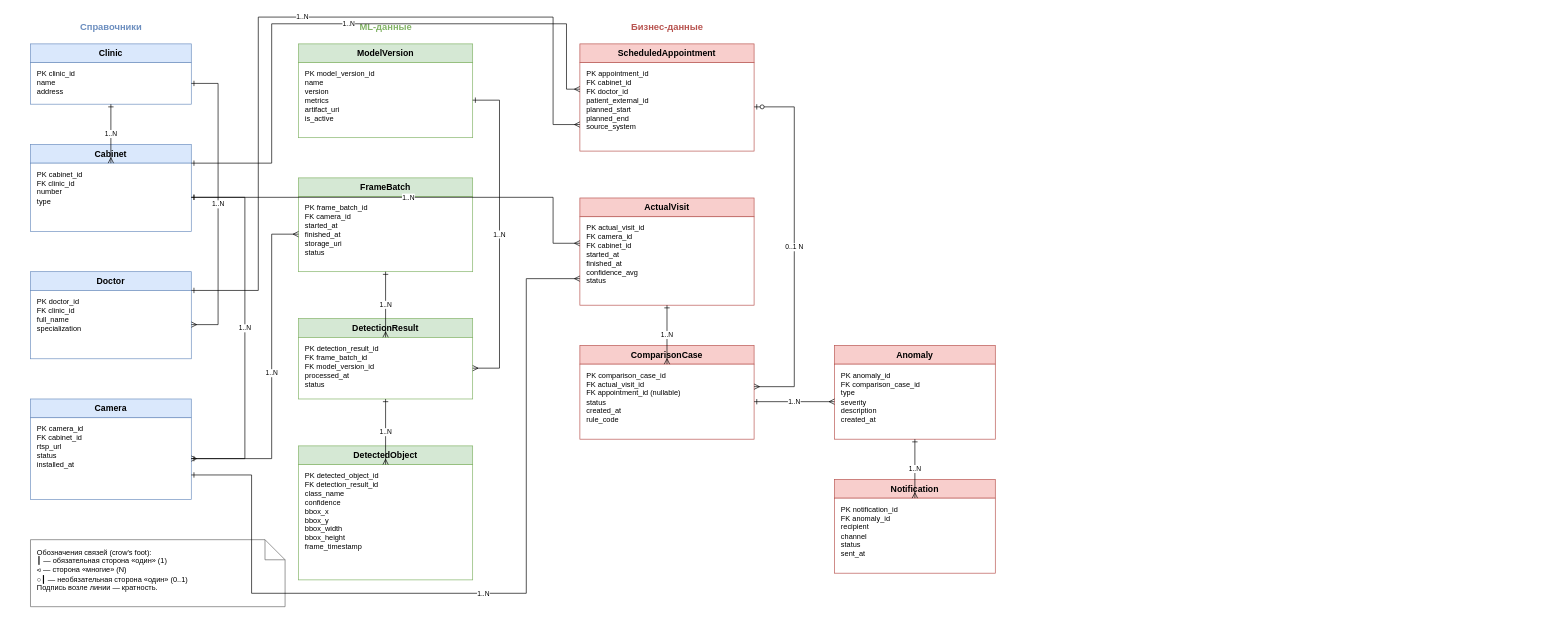
Above: diagrams/source/er-model.drawio in AnastasyaDedkova/project-ml-video-analytics (draw.io), before the change. Source tidied: cells renumbered, new cells numbered last; positions are measured from the earlier drawing's top-left corner, leaving out a move shared by most shapes. Both pictures are drawn from the tidied source at 67%, with x=0, y=0 at pixel (30, 17).
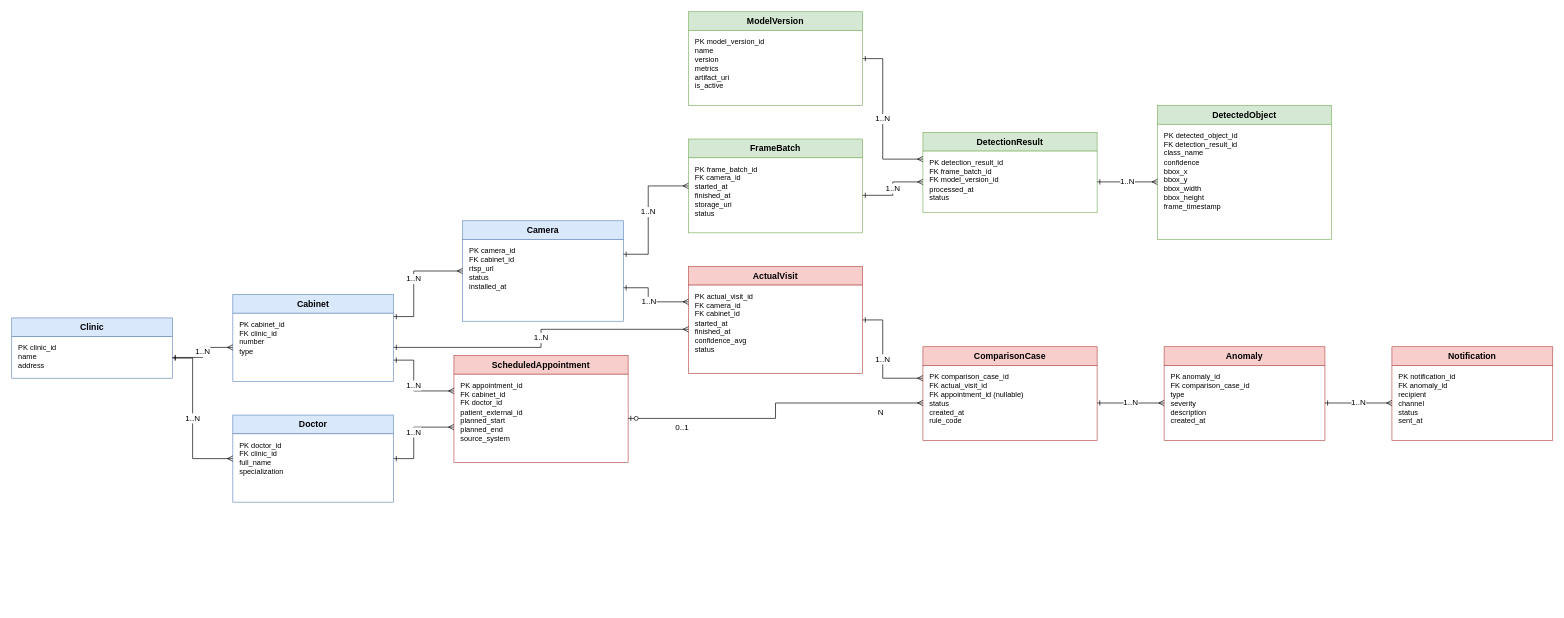
The same page after the edit.

The edit, as a diff of the source:
```diff
@@
-    <mxCell id="2" value="Справочники" style="text;html=1;strokeColor=none;fillColor=none;align=center;verticalAlign=middle;fontSize=14;fontStyle=1;fontColor=#6C8EBF;" parent="1" vertex="1">
-      <mxGeometry width="240" height="30" as="geometry" />
-    </mxCell>
-    <mxCell id="3" value="ML-данные" style="text;html=1;strokeColor=none;fillColor=none;align=center;verticalAlign=middle;fontSize=14;fontStyle=1;fontColor=#82B366;" parent="1" vertex="1">
-      <mxGeometry x="400" width="260" height="30" as="geometry" />
-    </mxCell>
-    <mxCell id="4" value="Бизнес-данные" style="text;html=1;strokeColor=none;fillColor=none;align=center;verticalAlign=middle;fontSize=14;fontStyle=1;fontColor=#B85450;" parent="1" vertex="1">
-      <mxGeometry x="820" width="260" height="30" as="geometry" />
-    </mxCell>
     <mxCell id="5" value="Clinic" style="rounded=0;whiteSpace=wrap;html=1;fillColor=#DAE8FC;strokeColor=#6C8EBF;fontSize=13;fontStyle=1;align=center;" parent="1" vertex="1">
-      <mxGeometry y="40" width="240" height="28" as="geometry" />
+      <mxGeometry x="-28" y="449" width="240" height="28" as="geometry" />
     </mxCell>
     <mxCell id="6" value="PK  clinic_id&#10;       name&#10;       address" style="rounded=0;whiteSpace=wrap;html=1;fillColor=#FFFFFF;strokeColor=#6C8EBF;fontSize=11;align=left;verticalAlign=top;spacingLeft=8;spacingTop=4;" parent="1" vertex="1">
-      <mxGeometry y="68" width="240" height="62" as="geometry" />
+      <mxGeometry x="-28" y="477" width="240" height="62" as="geometry" />
     </mxCell>
     <mxCell id="7" value="Cabinet" style="rounded=0;whiteSpace=wrap;html=1;fillColor=#DAE8FC;strokeColor=#6C8EBF;fontSize=13;fontStyle=1;align=center;" parent="1" vertex="1">
-      <mxGeometry y="190" width="240" height="28" as="geometry" />
+      <mxGeometry x="302" y="414" width="240" height="28" as="geometry" />
     </mxCell>
     <mxCell id="8" value="PK  cabinet_id&#10;FK  clinic_id&#10;       number&#10;       type" style="rounded=0;whiteSpace=wrap;html=1;fillColor=#FFFFFF;strokeColor=#6C8EBF;fontSize=11;align=left;verticalAlign=top;spacingLeft=8;spacingTop=4;" parent="1" vertex="1">
-      <mxGeometry y="218" width="240" height="102" as="geometry" />
+      <mxGeometry x="302" y="442" width="240" height="102" as="geometry" />
     </mxCell>
     <mxCell id="9" value="Doctor" style="rounded=0;whiteSpace=wrap;html=1;fillColor=#DAE8FC;strokeColor=#6C8EBF;fontSize=13;fontStyle=1;align=center;" parent="1" vertex="1">
-      <mxGeometry y="380" width="240" height="28" as="geometry" />
+      <mxGeometry x="302" y="594" width="240" height="28" as="geometry" />
     </mxCell>
     <mxCell id="10" value="PK  doctor_id&#10;FK  clinic_id&#10;       full_name&#10;       specialization" style="rounded=0;whiteSpace=wrap;html=1;fillColor=#FFFFFF;strokeColor=#6C8EBF;fontSize=11;align=left;verticalAlign=top;spacingLeft=8;spacingTop=4;" parent="1" vertex="1">
-      <mxGeometry y="408" width="240" height="102" as="geometry" />
+      <mxGeometry x="302" y="622" width="240" height="102" as="geometry" />
     </mxCell>
     <mxCell id="11" value="Camera" style="rounded=0;whiteSpace=wrap;html=1;fillColor=#DAE8FC;strokeColor=#6C8EBF;fontSize=13;fontStyle=1;align=center;" parent="1" vertex="1">
-      <mxGeometry y="570" width="240" height="28" as="geometry" />
+      <mxGeometry x="645" y="304" width="240" height="28" as="geometry" />
     </mxCell>
     <mxCell id="12" value="PK  camera_id&#10;FK  cabinet_id&#10;       rtsp_url&#10;       status&#10;       installed_at" style="rounded=0;whiteSpace=wrap;html=1;fillColor=#FFFFFF;strokeColor=#6C8EBF;fontSize=11;align=left;verticalAlign=top;spacingLeft=8;spacingTop=4;" parent="1" vertex="1">
-      <mxGeometry y="598" width="240" height="122" as="geometry" />
+      <mxGeometry x="645" y="332" width="240" height="122" as="geometry" />
     </mxCell>
     <mxCell id="13" value="ModelVersion" style="rounded=0;whiteSpace=wrap;html=1;fillColor=#D5E8D4;strokeColor=#82B366;fontSize=13;fontStyle=1;align=center;" parent="1" vertex="1">
-      <mxGeometry x="400" y="40" width="260" height="28" as="geometry" />
+      <mxGeometry x="982" y="-8" width="260" height="28" as="geometry" />
     </mxCell>
     <mxCell id="14" value="PK  model_version_id&#10;       name&#10;       version&#10;       metrics&#10;       artifact_uri&#10;       is_active" style="rounded=0;whiteSpace=wrap;html=1;fillColor=#FFFFFF;strokeColor=#82B366;fontSize=11;align=left;verticalAlign=top;spacingLeft=8;spacingTop=4;" parent="1" vertex="1">
-      <mxGeometry x="400" y="68" width="260" height="112" as="geometry" />
+      <mxGeometry x="982" y="20" width="260" height="112" as="geometry" />
     </mxCell>
     <mxCell id="15" value="FrameBatch" style="rounded=0;whiteSpace=wrap;html=1;fillColor=#D5E8D4;strokeColor=#82B366;fontSize=13;fontStyle=1;align=center;" parent="1" vertex="1">
-      <mxGeometry x="400" y="240" width="260" height="28" as="geometry" />
+      <mxGeometry x="982" y="182" width="260" height="28" as="geometry" />
     </mxCell>
     <mxCell id="16" value="PK  frame_batch_id&#10;FK  camera_id&#10;       started_at&#10;       finished_at&#10;       storage_uri&#10;       status" style="rounded=0;whiteSpace=wrap;html=1;fillColor=#FFFFFF;strokeColor=#82B366;fontSize=11;align=left;verticalAlign=top;spacingLeft=8;spacingTop=4;" parent="1" vertex="1">
-      <mxGeometry x="400" y="268" width="260" height="112" as="geometry" />
+      <mxGeometry x="982" y="210" width="260" height="112" as="geometry" />
     </mxCell>
     <mxCell id="17" value="DetectionResult" style="rounded=0;whiteSpace=wrap;html=1;fillColor=#D5E8D4;strokeColor=#82B366;fontSize=13;fontStyle=1;align=center;" parent="1" vertex="1">
-      <mxGeometry x="400" y="450" width="260" height="28" as="geometry" />
+      <mxGeometry x="1332" y="172" width="260" height="28" as="geometry" />
     </mxCell>
     <mxCell id="18" value="PK  detection_result_id&#10;FK  frame_batch_id&#10;FK  model_version_id&#10;       processed_at&#10;       status" style="rounded=0;whiteSpace=wrap;html=1;fillColor=#FFFFFF;strokeColor=#82B366;fontSize=11;align=left;verticalAlign=top;spacingLeft=8;spacingTop=4;" parent="1" vertex="1">
-      <mxGeometry x="400" y="478" width="260" height="92" as="geometry" />
+      <mxGeometry x="1332" y="200" width="260" height="92" as="geometry" />
     </mxCell>
     <mxCell id="19" value="DetectedObject" style="rounded=0;whiteSpace=wrap;html=1;fillColor=#D5E8D4;strokeColor=#82B366;fontSize=13;fontStyle=1;align=center;" parent="1" vertex="1">
-      <mxGeometry x="400" y="640" width="260" height="28" as="geometry" />
+      <mxGeometry x="1682" y="132" width="260" height="28" as="geometry" />
     </mxCell>
     <mxCell id="20" value="PK  detected_object_id&#10;FK  detection_result_id&#10;       class_name&#10;       confidence&#10;       bbox_x&#10;       bbox_y&#10;       bbox_width&#10;       bbox_height&#10;       frame_timestamp" style="rounded=0;whiteSpace=wrap;html=1;fillColor=#FFFFFF;strokeColor=#82B366;fontSize=11;align=left;verticalAlign=top;spacingLeft=8;spacingTop=4;" parent="1" vertex="1">
-      <mxGeometry x="400" y="668" width="260" height="172" as="geometry" />
+      <mxGeometry x="1682" y="160" width="260" height="172" as="geometry" />
     </mxCell>
     <mxCell id="21" value="ScheduledAppointment" style="rounded=0;whiteSpace=wrap;html=1;fillColor=#F8CECC;strokeColor=#B85450;fontSize=13;fontStyle=1;align=center;" parent="1" vertex="1">
-      <mxGeometry x="820" y="40" width="260" height="28" as="geometry" />
+      <mxGeometry x="632" y="505" width="260" height="28" as="geometry" />
     </mxCell>
     <mxCell id="22" value="PK  appointment_id&#10;FK  cabinet_id&#10;FK  doctor_id&#10;       patient_external_id&#10;       planned_start&#10;       planned_end&#10;       source_system" style="rounded=0;whiteSpace=wrap;html=1;fillColor=#FFFFFF;strokeColor=#B85450;fontSize=11;align=left;verticalAlign=top;spacingLeft=8;spacingTop=4;" parent="1" vertex="1">
-      <mxGeometry x="820" y="68" width="260" height="132" as="geometry" />
+      <mxGeometry x="632" y="533" width="260" height="132" as="geometry" />
     </mxCell>
     <mxCell id="23" value="ActualVisit" style="rounded=0;whiteSpace=wrap;html=1;fillColor=#F8CECC;strokeColor=#B85450;fontSize=13;fontStyle=1;align=center;" parent="1" vertex="1">
-      <mxGeometry x="820" y="270" width="260" height="28" as="geometry" />
+      <mxGeometry x="982" y="372" width="260" height="28" as="geometry" />
     </mxCell>
     <mxCell id="24" value="PK  actual_visit_id&#10;FK  camera_id&#10;FK  cabinet_id&#10;       started_at&#10;       finished_at&#10;       confidence_avg&#10;       status" style="rounded=0;whiteSpace=wrap;html=1;fillColor=#FFFFFF;strokeColor=#B85450;fontSize=11;align=left;verticalAlign=top;spacingLeft=8;spacingTop=4;" parent="1" vertex="1">
-      <mxGeometry x="820" y="298" width="260" height="132" as="geometry" />
+      <mxGeometry x="982" y="400" width="260" height="132" as="geometry" />
     </mxCell>
     <mxCell id="25" value="ComparisonCase" style="rounded=0;whiteSpace=wrap;html=1;fillColor=#F8CECC;strokeColor=#B85450;fontSize=13;fontStyle=1;align=center;" parent="1" vertex="1">
-      <mxGeometry x="820" y="490" width="260" height="28" as="geometry" />
+      <mxGeometry x="1332" y="492" width="260" height="28" as="geometry" />
     </mxCell>
     <mxCell id="26" value="PK  comparison_case_id&#10;FK  actual_visit_id&#10;FK  appointment_id (nullable)&#10;       status&#10;       created_at&#10;       rule_code" style="rounded=0;whiteSpace=wrap;html=1;fillColor=#FFFFFF;strokeColor=#B85450;fontSize=11;align=left;verticalAlign=top;spacingLeft=8;spacingTop=4;" parent="1" vertex="1">
-      <mxGeometry x="820" y="518" width="260" height="112" as="geometry" />
+      <mxGeometry x="1332" y="520" width="260" height="112" as="geometry" />
     </mxCell>
     <mxCell id="27" value="Anomaly" style="rounded=0;whiteSpace=wrap;html=1;fillColor=#F8CECC;strokeColor=#B85450;fontSize=13;fontStyle=1;align=center;" parent="1" vertex="1">
-      <mxGeometry x="1200" y="490" width="240" height="28" as="geometry" />
+      <mxGeometry x="1692" y="492" width="240" height="28" as="geometry" />
     </mxCell>
     <mxCell id="28" value="PK  anomaly_id&#10;FK  comparison_case_id&#10;       type&#10;       severity&#10;       description&#10;       created_at" style="rounded=0;whiteSpace=wrap;html=1;fillColor=#FFFFFF;strokeColor=#B85450;fontSize=11;align=left;verticalAlign=top;spacingLeft=8;spacingTop=4;" parent="1" vertex="1">
-      <mxGeometry x="1200" y="518" width="240" height="112" as="geometry" />
+      <mxGeometry x="1692" y="520" width="240" height="112" as="geometry" />
     </mxCell>
     <mxCell id="29" value="Notification" style="rounded=0;whiteSpace=wrap;html=1;fillColor=#F8CECC;strokeColor=#B85450;fontSize=13;fontStyle=1;align=center;" parent="1" vertex="1">
-      <mxGeometry x="1200" y="690" width="240" height="28" as="geometry" />
+      <mxGeometry x="2032" y="492" width="240" height="28" as="geometry" />
     </mxCell>
     <mxCell id="30" value="PK  notification_id&#10;FK  anomaly_id&#10;       recipient&#10;       channel&#10;       status&#10;       sent_at" style="rounded=0;whiteSpace=wrap;html=1;fillColor=#FFFFFF;strokeColor=#B85450;fontSize=11;align=left;verticalAlign=top;spacingLeft=8;spacingTop=4;" parent="1" vertex="1">
-      <mxGeometry x="1200" y="718" width="240" height="112" as="geometry" />
+      <mxGeometry x="2032" y="520" width="240" height="112" as="geometry" />
     </mxCell>
-    <mxCell id="31" value="Обозначения связей (crow's foot):&#10;┃     — обязательная сторона «один» (1)&#10;⪦     — сторона «многие» (N)&#10;○┃   — необязательная сторона «один» (0..1)&#10;Подпись возле линии — кратность." style="shape=note;whiteSpace=wrap;html=1;fillColor=#FFFFFF;strokeColor=#666666;fontSize=11;align=left;verticalAlign=top;spacingLeft=8;spacingTop=6;" parent="1" vertex="1">
-      <mxGeometry y="780" width="380" height="100" as="geometry" />
-    </mxCell>
-    <mxCell id="32" value="1..N" style="endArrow=ERmany;startArrow=ERone;html=1;fontSize=10;edgeStyle=orthogonalEdgeStyle;rounded=0;exitX=0.5;exitY=1;exitDx=0;exitDy=0;entryX=0.5;entryY=0;entryDx=0;entryDy=0;" parent="1" edge="1" source="6" target="8">
+    <mxCell id="32" value="1..N" style="endArrow=ERmany;startArrow=ERone;html=1;fontSize=12;edgeStyle=orthogonalEdgeStyle;rounded=0;jumpStyle=arc;jumpSize=8;labelBackgroundColor=#FFFFFF;" parent="1" edge="1" source="6" target="8">
       <mxGeometry relative="1" as="geometry" />
     </mxCell>
-    <mxCell id="33" value="1..N" style="endArrow=ERmany;startArrow=ERone;html=1;fontSize=10;edgeStyle=orthogonalEdgeStyle;rounded=0;exitX=1;exitY=0.5;entryX=1;entryY=0.5;" parent="1" edge="1" source="6" target="10">
+    <mxCell id="33" value="1..N" style="endArrow=ERmany;startArrow=ERone;html=1;fontSize=12;edgeStyle=orthogonalEdgeStyle;rounded=0;jumpStyle=arc;jumpSize=8;labelBackgroundColor=#FFFFFF;" parent="1" edge="1" source="6" target="10">
       <mxGeometry relative="1" as="geometry">
         <Array as="points">
-          <mxPoint x="280" y="99" />
-          <mxPoint x="280" y="459" />
+          <mxPoint x="242" y="509" />
+          <mxPoint x="242" y="659" />
         </Array>
       </mxGeometry>
     </mxCell>
-    <mxCell id="34" value="1..N" style="endArrow=ERmany;startArrow=ERone;html=1;fontSize=10;edgeStyle=orthogonalEdgeStyle;rounded=0;exitX=1;exitY=0.5;entryX=1;entryY=0.5;" parent="1" edge="1" source="8" target="12">
+    <mxCell id="34" value="1..N" style="endArrow=ERmany;startArrow=ERone;html=1;fontSize=12;edgeStyle=orthogonalEdgeStyle;rounded=0;jumpStyle=arc;jumpSize=8;labelBackgroundColor=#FFFFFF;" parent="1" edge="1" source="8" target="12">
       <mxGeometry relative="1" as="geometry">
         <Array as="points">
-          <mxPoint x="320" y="269" />
-          <mxPoint x="320" y="659" />
+          <mxPoint x="572" y="447" />
+          <mxPoint x="572" y="379" />
         </Array>
       </mxGeometry>
     </mxCell>
-    <mxCell id="35" value="1..N" style="endArrow=ERmany;startArrow=ERone;html=1;fontSize=10;edgeStyle=orthogonalEdgeStyle;rounded=0;exitX=1;exitY=0;entryX=0;entryY=0.3;" parent="1" edge="1" source="8" target="22">
+    <mxCell id="35" value="1..N" style="endArrow=ERmany;startArrow=ERone;html=1;fontSize=12;edgeStyle=orthogonalEdgeStyle;rounded=0;jumpStyle=arc;jumpSize=8;labelBackgroundColor=#FFFFFF;" parent="1" edge="1" source="8" target="22">
       <mxGeometry relative="1" as="geometry">
         <Array as="points">
-          <mxPoint x="360" y="218" />
-          <mxPoint x="360" y="10" />
-          <mxPoint x="800" y="10" />
+          <mxPoint x="572" y="512" />
+          <mxPoint x="572" y="558" />
         </Array>
       </mxGeometry>
     </mxCell>
-    <mxCell id="36" value="1..N" style="endArrow=ERmany;startArrow=ERone;html=1;fontSize=10;edgeStyle=orthogonalEdgeStyle;rounded=0;exitX=1;exitY=0.5;entryX=0;entryY=0.3;" parent="1" edge="1" source="8" target="24">
-      <mxGeometry relative="1" as="geometry">
-        <Array as="points">
-          <mxPoint x="780" y="269" />
-          <mxPoint x="780" y="338" />
-        </Array>
-      </mxGeometry>
+    <mxCell id="36" value="1..N" style="endArrow=ERmany;startArrow=ERone;html=1;fontSize=12;edgeStyle=orthogonalEdgeStyle;rounded=0;jumpStyle=arc;jumpSize=8;labelBackgroundColor=#FFFFFF;" parent="1" edge="1" source="8" target="24">
+      <mxGeometry relative="1" as="geometry" />
     </mxCell>
-    <mxCell id="37" value="1..N" style="endArrow=ERmany;startArrow=ERone;html=1;fontSize=10;edgeStyle=orthogonalEdgeStyle;rounded=0;exitX=1;exitY=0;entryX=0;entryY=0.7;" parent="1" edge="1" source="10" target="22">
+    <mxCell id="37" value="1..N" style="endArrow=ERmany;startArrow=ERone;html=1;fontSize=12;edgeStyle=orthogonalEdgeStyle;rounded=0;jumpStyle=arc;jumpSize=8;labelBackgroundColor=#FFFFFF;" parent="1" edge="1" source="10" target="22">
       <mxGeometry relative="1" as="geometry">
         <Array as="points">
-          <mxPoint x="340" y="408" />
-          <mxPoint x="340" />
-          <mxPoint x="780" />
-          <mxPoint x="780" y="160" />
+          <mxPoint x="572" y="659" />
+          <mxPoint x="572" y="612" />
         </Array>
       </mxGeometry>
     </mxCell>
-    <mxCell id="38" value="1..N" style="endArrow=ERmany;startArrow=ERone;html=1;fontSize=10;edgeStyle=orthogonalEdgeStyle;rounded=0;exitX=1;exitY=0.5;entryX=0;entryY=0.5;" parent="1" edge="1" source="12" target="16">
+    <mxCell id="38" value="1..N" style="endArrow=ERmany;startArrow=ERone;html=1;fontSize=12;edgeStyle=orthogonalEdgeStyle;rounded=0;jumpStyle=arc;jumpSize=8;labelBackgroundColor=#FFFFFF;" parent="1" edge="1" source="12" target="16">
       <mxGeometry relative="1" as="geometry">
         <Array as="points">
-          <mxPoint x="360" y="659" />
-          <mxPoint x="360" y="324" />
+          <mxPoint x="922" y="354" />
+          <mxPoint x="922" y="252" />
         </Array>
       </mxGeometry>
     </mxCell>
-    <mxCell id="39" value="1..N" style="endArrow=ERmany;startArrow=ERone;html=1;fontSize=10;edgeStyle=orthogonalEdgeStyle;rounded=0;exitX=1;exitY=0.7;entryX=0;entryY=0.7;" parent="1" edge="1" source="12" target="24">
+    <mxCell id="39" value="1..N" style="endArrow=ERmany;startArrow=ERone;html=1;fontSize=12;edgeStyle=orthogonalEdgeStyle;rounded=0;jumpStyle=arc;jumpSize=8;labelBackgroundColor=#FFFFFF;" parent="1" edge="1" source="12" target="24">
       <mxGeometry relative="1" as="geometry">
         <Array as="points">
-          <mxPoint x="330" y="683" />
-          <mxPoint x="330" y="860" />
-          <mxPoint x="740" y="860" />
-          <mxPoint x="740" y="390" />
+          <mxPoint x="922" y="404" />
+          <mxPoint x="922" y="425" />
         </Array>
       </mxGeometry>
     </mxCell>
-    <mxCell id="40" value="1..N" style="endArrow=ERmany;startArrow=ERone;html=1;fontSize=10;edgeStyle=orthogonalEdgeStyle;rounded=0;exitX=0.5;exitY=1;entryX=0.5;entryY=0;" parent="1" edge="1" source="16" target="18">
+    <mxCell id="40" value="1..N" style="endArrow=ERmany;startArrow=ERone;html=1;fontSize=12;edgeStyle=orthogonalEdgeStyle;rounded=0;jumpStyle=arc;jumpSize=8;labelBackgroundColor=#FFFFFF;" parent="1" edge="1" source="16" target="18">
       <mxGeometry relative="1" as="geometry" />
     </mxCell>
-    <mxCell id="41" value="1..N" style="endArrow=ERmany;startArrow=ERone;html=1;fontSize=10;edgeStyle=orthogonalEdgeStyle;rounded=0;exitX=1;exitY=0.5;entryX=1;entryY=0.5;" parent="1" edge="1" source="14" target="18">
+    <mxCell id="41" value="1..N" style="endArrow=ERmany;startArrow=ERone;html=1;fontSize=12;edgeStyle=orthogonalEdgeStyle;rounded=0;jumpStyle=arc;jumpSize=8;labelBackgroundColor=#FFFFFF;" parent="1" edge="1" source="14" target="18">
       <mxGeometry relative="1" as="geometry">
         <Array as="points">
-          <mxPoint x="700" y="124" />
-          <mxPoint x="700" y="524" />
+          <mxPoint x="1272" y="62" />
+          <mxPoint x="1272" y="212" />
         </Array>
       </mxGeometry>
     </mxCell>
-    <mxCell id="42" value="1..N" style="endArrow=ERmany;startArrow=ERone;html=1;fontSize=10;edgeStyle=orthogonalEdgeStyle;rounded=0;exitX=0.5;exitY=1;entryX=0.5;entryY=0;" parent="1" edge="1" source="18" target="20">
+    <mxCell id="42" value="1..N" style="endArrow=ERmany;startArrow=ERone;html=1;fontSize=12;edgeStyle=orthogonalEdgeStyle;rounded=0;jumpStyle=arc;jumpSize=8;labelBackgroundColor=#FFFFFF;" parent="1" edge="1" source="18" target="20">
       <mxGeometry relative="1" as="geometry" />
     </mxCell>
-    <mxCell id="43" value="1..N" style="endArrow=ERmany;startArrow=ERone;html=1;fontSize=10;edgeStyle=orthogonalEdgeStyle;rounded=0;exitX=0.5;exitY=1;entryX=0.5;entryY=0;" parent="1" edge="1" source="24" target="26">
-      <mxGeometry relative="1" as="geometry" />
+    <mxCell id="43" value="1..N" style="endArrow=ERmany;startArrow=ERone;html=1;fontSize=12;edgeStyle=orthogonalEdgeStyle;rounded=0;jumpStyle=arc;jumpSize=8;labelBackgroundColor=#FFFFFF;" parent="1" edge="1" source="24" target="26">
+      <mxGeometry relative="1" as="geometry">
+        <Array as="points">
+          <mxPoint x="1272" y="452" />
+          <mxPoint x="1272" y="539" />
+        </Array>
+      </mxGeometry>
     </mxCell>
-    <mxCell id="44" value="0..1   N" style="endArrow=ERmany;startArrow=ERzeroToOne;html=1;fontSize=10;edgeStyle=orthogonalEdgeStyle;rounded=0;exitX=1;exitY=0.5;entryX=1;entryY=0.3;" parent="1" edge="1" source="22" target="26">
-      <mxGeometry relative="1" as="geometry">
-        <Array as="points">
-          <mxPoint x="1140" y="134" />
-          <mxPoint x="1140" y="552" />
-        </Array>
-      </mxGeometry>
+    <mxCell id="44" style="endArrow=ERmany;startArrow=ERzeroToOne;html=1;fontSize=12;edgeStyle=orthogonalEdgeStyle;rounded=0;jumpStyle=arc;jumpSize=8;labelBackgroundColor=#FFFFFF;" parent="1" edge="1" source="22" target="26">
+      <mxGeometry relative="1" as="geometry" />
     </mxCell>
-    <mxCell id="45" value="1..N" style="endArrow=ERmany;startArrow=ERone;html=1;fontSize=10;edgeStyle=orthogonalEdgeStyle;rounded=0;exitX=1;exitY=0.5;entryX=0;entryY=0.5;" parent="1" edge="1" source="26" target="28">
+    <mxCell id="45" value="1..N" style="endArrow=ERmany;startArrow=ERone;html=1;fontSize=12;edgeStyle=orthogonalEdgeStyle;rounded=0;jumpStyle=arc;jumpSize=8;labelBackgroundColor=#FFFFFF;" parent="1" edge="1" source="26" target="28">
       <mxGeometry relative="1" as="geometry" />
     </mxCell>
-    <mxCell id="46" value="1..N" style="endArrow=ERmany;startArrow=ERone;html=1;fontSize=10;edgeStyle=orthogonalEdgeStyle;rounded=0;exitX=0.5;exitY=1;entryX=0.5;entryY=0;" parent="1" edge="1" source="28" target="30">
+    <mxCell id="46" value="1..N" style="endArrow=ERmany;startArrow=ERone;html=1;fontSize=12;edgeStyle=orthogonalEdgeStyle;rounded=0;jumpStyle=arc;jumpSize=8;labelBackgroundColor=#FFFFFF;" parent="1" edge="1" source="28" target="30">
       <mxGeometry relative="1" as="geometry" />
     </mxCell>
+    <mxCell id="47" value="0..1" style="edgeLabel;html=1;fontSize=12;labelBackgroundColor=#FFFFFF;" parent="44" vertex="1">
+      <mxGeometry x="-0.7" relative="1" as="geometry" />
+    </mxCell>
+    <mxCell id="48" value="N" style="edgeLabel;html=1;fontSize=12;labelBackgroundColor=#FFFFFF;" parent="44" vertex="1">
+      <mxGeometry x="0.7" relative="1" as="geometry" />
+    </mxCell>
```
